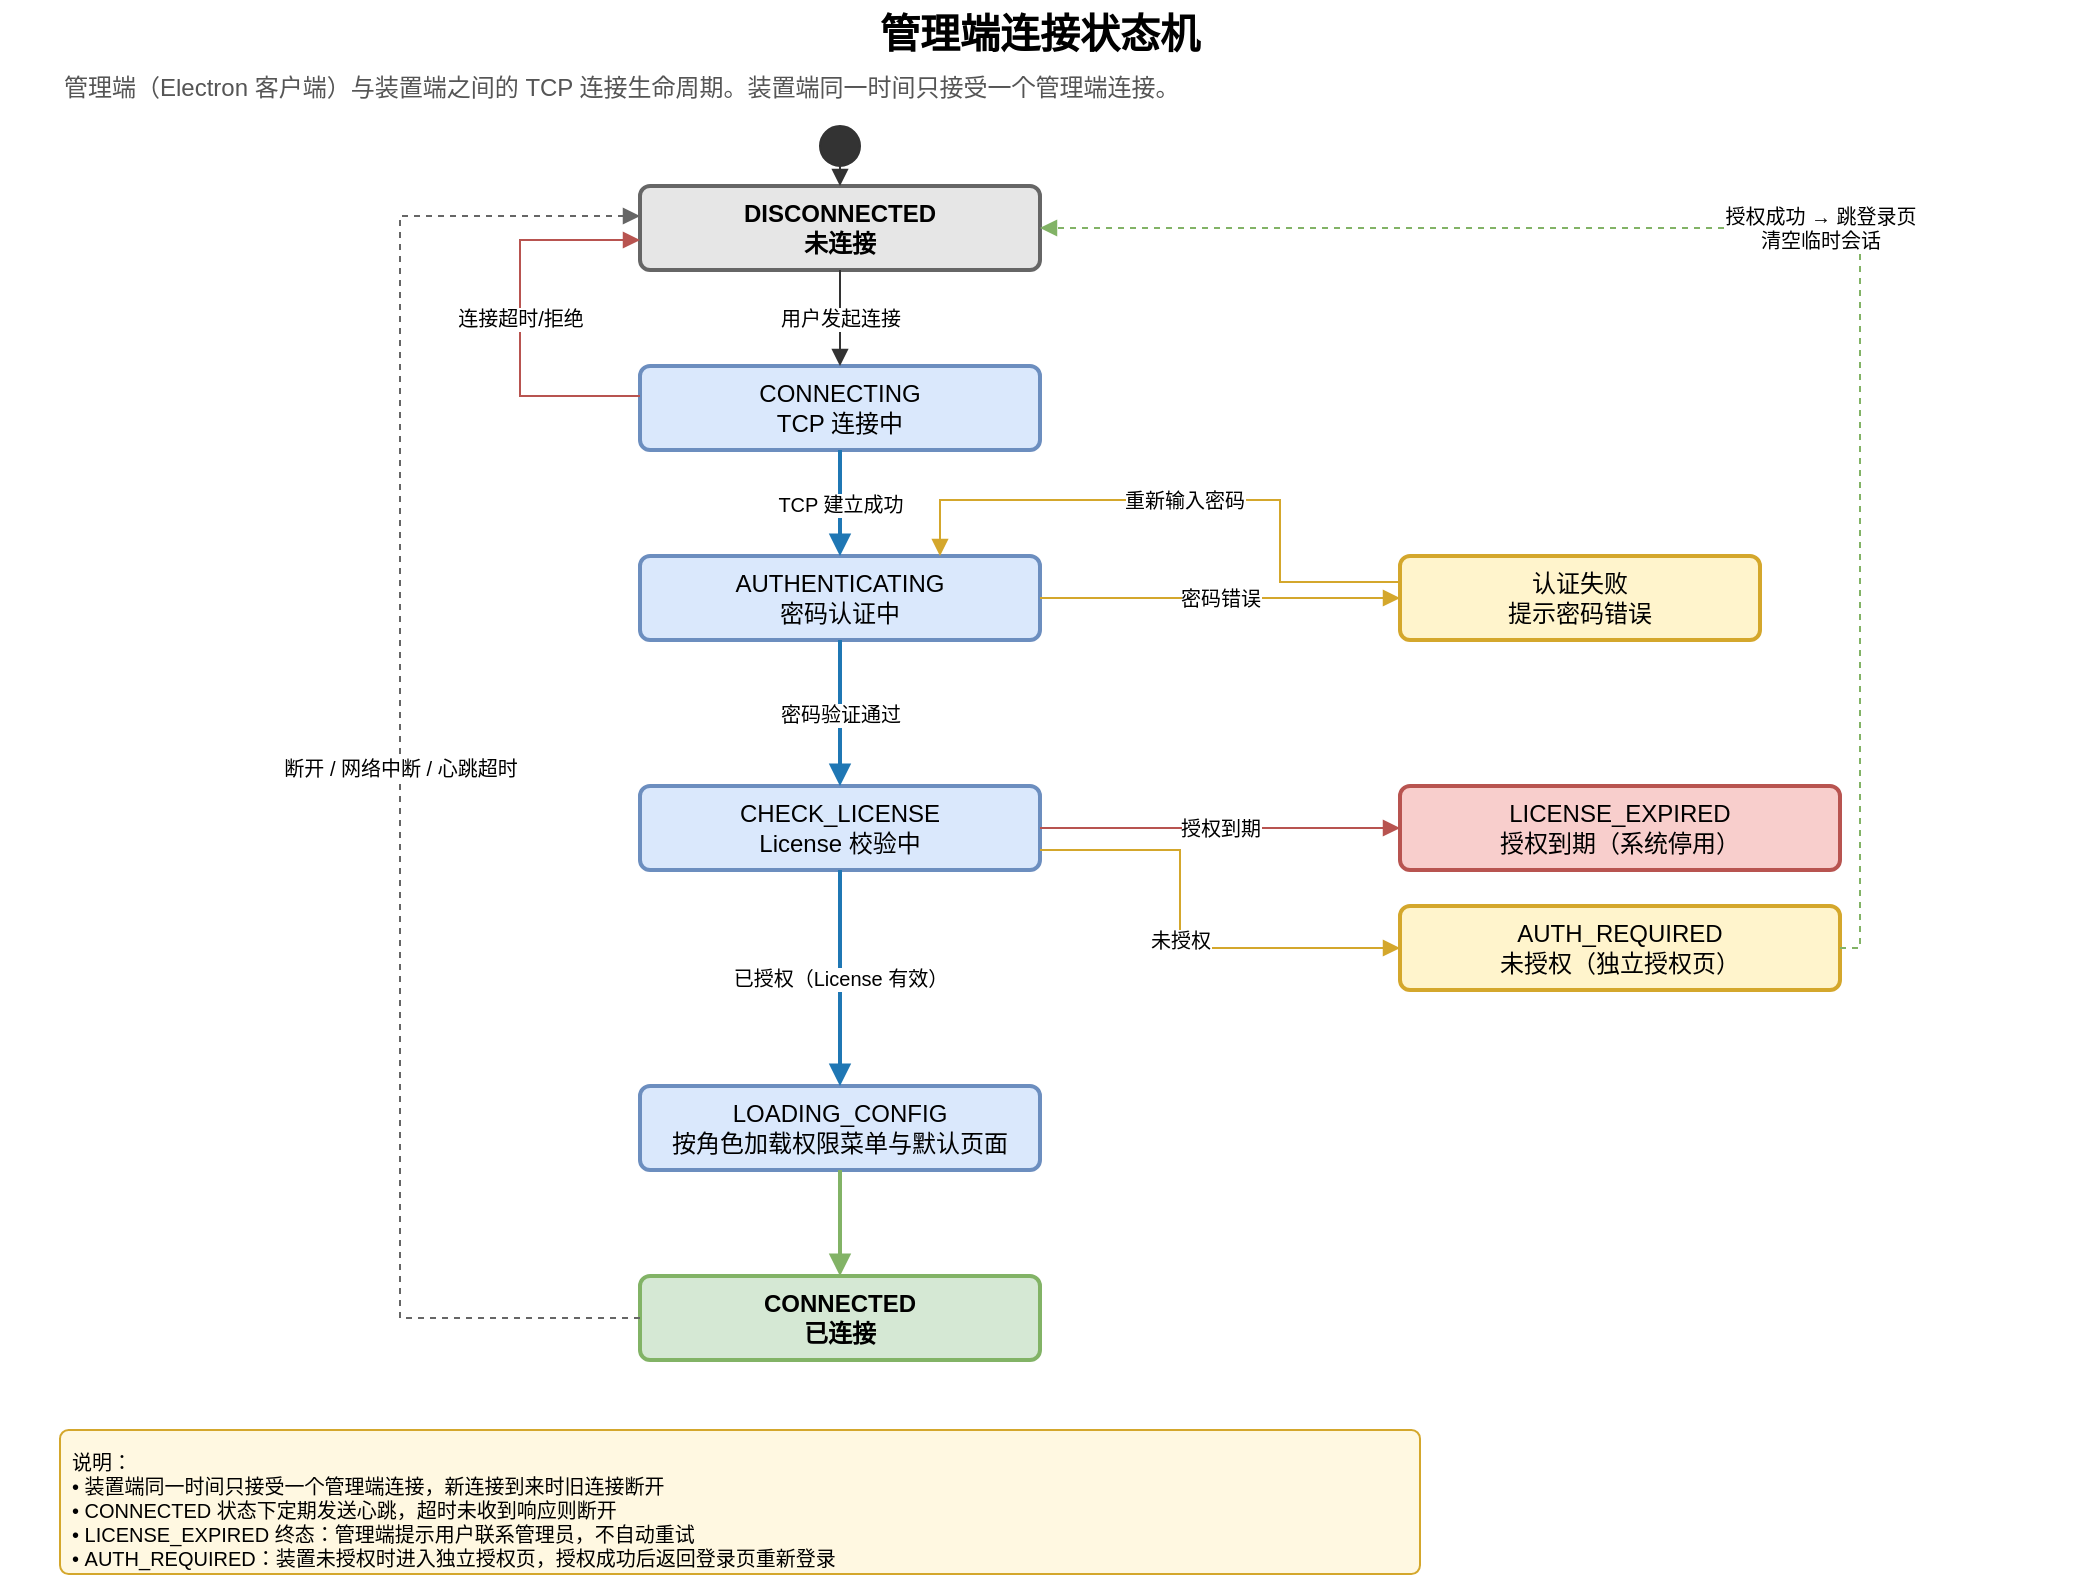
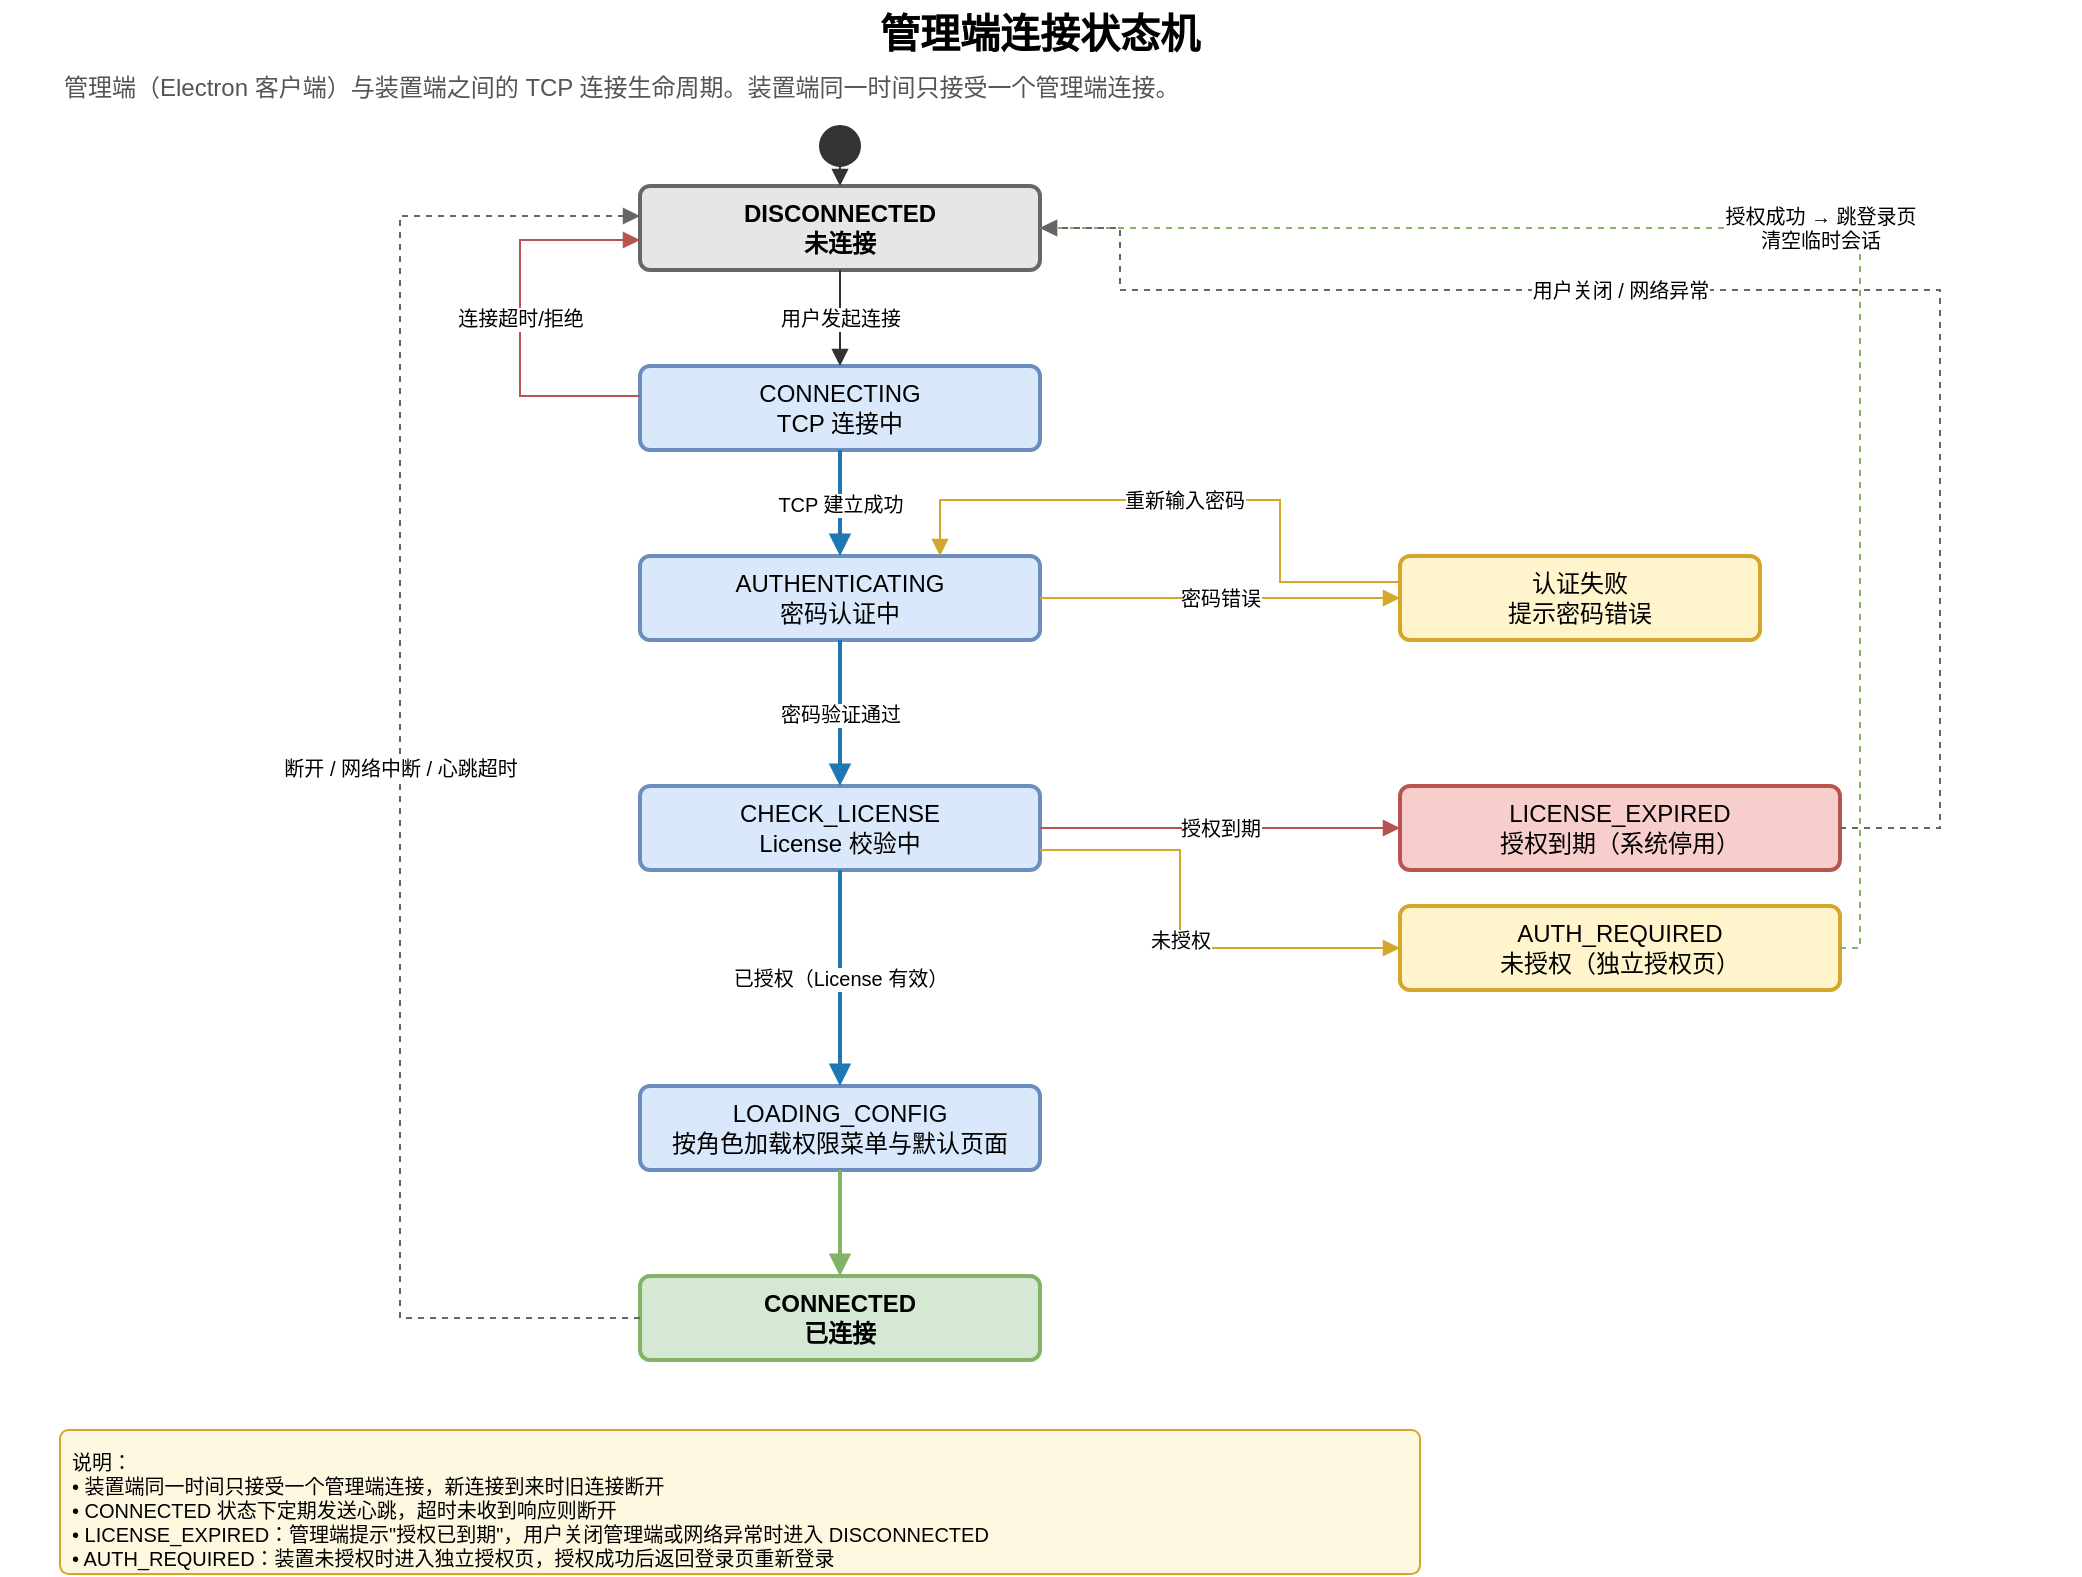
<mxfile host="Electron" pages="4">
  <diagram name="管理端连接状态机" id="d06-conn-state">
-     <mxGraphModel dx="1404" dy="777" grid="1" gridSize="10" guides="1" tooltips="1" connect="1" arrows="1" fold="1" page="1" pageScale="1" pageWidth="1100" pageHeight="820" math="0" shadow="0">
+     <mxGraphModel dx="1560" dy="831" grid="1" gridSize="10" guides="1" tooltips="1" connect="1" arrows="1" fold="1" page="1" pageScale="1" pageWidth="1100" pageHeight="820" math="0" shadow="0">
      <root>
        <mxCell id="0" />
        <mxCell id="1" parent="0" />
        <mxCell id="title" parent="1" style="text;html=1;strokeColor=none;fillColor=none;align=center;verticalAlign=middle;whiteSpace=wrap;fontSize=20;fontStyle=1;" value="管理端连接状态机" vertex="1">
          <mxGeometry height="32" width="1040" x="30" y="15" as="geometry" />
        </mxCell>
        <mxCell id="sub" parent="1" style="text;html=1;strokeColor=none;fillColor=none;align=left;verticalAlign=middle;whiteSpace=wrap;fontSize=12;fontColor=#555555;" value="管理端（Electron 客户端）与装置端之间的 TCP 连接生命周期。装置端同一时间只接受一个管理端连接。" vertex="1">
          <mxGeometry height="22" width="980" x="60" y="48" as="geometry" />
        </mxCell>
        <mxCell id="start" parent="1" style="ellipse;whiteSpace=wrap;html=1;fillColor=#333333;strokeColor=#333333;" value="" vertex="1">
          <mxGeometry height="20" width="20" x="440" y="78" as="geometry" />
        </mxCell>
        <mxCell id="s-disc" parent="1" style="rounded=1;whiteSpace=wrap;html=1;fillColor=#E6E6E6;strokeColor=#666666;fontSize=12;arcSize=12;strokeWidth=2;fontStyle=1;" value="DISCONNECTED&#xa;未连接" vertex="1">
          <mxGeometry height="42" width="200" x="350" y="108" as="geometry" />
        </mxCell>
        <mxCell id="s-conn" parent="1" style="rounded=1;whiteSpace=wrap;html=1;fillColor=#DAE8FC;strokeColor=#6C8EBF;fontSize=12;arcSize=12;strokeWidth=2;" value="CONNECTING&#xa;TCP 连接中" vertex="1">
          <mxGeometry height="42" width="200" x="350" y="198" as="geometry" />
        </mxCell>
        <mxCell id="s-auth" parent="1" style="rounded=1;whiteSpace=wrap;html=1;fillColor=#DAE8FC;strokeColor=#6C8EBF;fontSize=12;arcSize=12;strokeWidth=2;" value="AUTHENTICATING&#xa;密码认证中" vertex="1">
          <mxGeometry height="42" width="200" x="350" y="293" as="geometry" />
        </mxCell>
        <mxCell id="s-lic" parent="1" style="rounded=1;whiteSpace=wrap;html=1;fillColor=#DAE8FC;strokeColor=#6C8EBF;fontSize=12;arcSize=12;strokeWidth=2;" value="CHECK_LICENSE&#xa;License 校验中" vertex="1">
          <mxGeometry height="42" width="200" x="350" y="408" as="geometry" />
        </mxCell>
        <mxCell id="s-load" parent="1" style="rounded=1;whiteSpace=wrap;html=1;fillColor=#DAE8FC;strokeColor=#6C8EBF;fontSize=12;arcSize=12;strokeWidth=2;" value="LOADING_CONFIG&#xa;按角色加载权限菜单与默认页面" vertex="1">
          <mxGeometry height="42" width="200" x="350" y="558" as="geometry" />
        </mxCell>
        <mxCell id="s-ok" parent="1" style="rounded=1;whiteSpace=wrap;html=1;fillColor=#D5E8D4;strokeColor=#82B366;fontSize=12;arcSize=12;strokeWidth=2;fontStyle=1;" value="CONNECTED&#xa;已连接" vertex="1">
          <mxGeometry height="42" width="200" x="350" y="653" as="geometry" />
        </mxCell>
        <mxCell id="s-afail" parent="1" style="rounded=1;whiteSpace=wrap;html=1;fillColor=#FFF4CC;strokeColor=#D4A72C;fontSize=12;arcSize=12;strokeWidth=2;" value="AUTH_REQUIRED&#xa;未授权（独立授权页）" vertex="1">
          <mxGeometry height="42" width="220" x="730" y="468" as="geometry" />
        </mxCell>
        <mxCell id="s-lfail" parent="1" style="rounded=1;whiteSpace=wrap;html=1;fillColor=#F8CECC;strokeColor=#B85450;fontSize=12;arcSize=12;strokeWidth=2;" value="LICENSE_EXPIRED&#xa;授权到期（系统停用）" vertex="1">
          <mxGeometry height="42" width="220" x="730" y="408" as="geometry" />
        </mxCell>
        <mxCell id="s-authfail" parent="1" style="rounded=1;whiteSpace=wrap;html=1;fillColor=#FFF4CC;strokeColor=#D4A72C;fontSize=12;arcSize=12;strokeWidth=2;" value="认证失败&#xa;提示密码错误" vertex="1">
          <mxGeometry height="42" width="180" x="730" y="293" as="geometry" />
        </mxCell>
        <mxCell id="e-s" edge="1" parent="1" style="endArrow=block;endFill=1;strokeColor=#333333;" value="">
          <mxGeometry relative="1" as="geometry">
            <mxPoint x="450" y="98" as="sourcePoint" />
            <mxPoint x="450" y="108" as="targetPoint" />
          </mxGeometry>
        </mxCell>
        <mxCell id="e1" edge="1" parent="1" style="edgeStyle=orthogonalEdgeStyle;rounded=0;orthogonalLoop=1;html=1;endArrow=block;endFill=1;strokeColor=#333333;fontSize=10;" value="用户发起连接">
          <mxGeometry relative="1" as="geometry">
            <mxPoint x="450" y="150" as="sourcePoint" />
            <mxPoint x="450" y="198" as="targetPoint" />
          </mxGeometry>
        </mxCell>
        <mxCell id="e2" edge="1" parent="1" style="edgeStyle=orthogonalEdgeStyle;rounded=0;orthogonalLoop=1;html=1;endArrow=block;endFill=1;strokeWidth=2;strokeColor=#1F77B4;fontSize=10;" value="TCP 建立成功">
          <mxGeometry relative="1" as="geometry">
            <mxPoint x="450" y="240" as="sourcePoint" />
            <mxPoint x="450" y="293" as="targetPoint" />
          </mxGeometry>
        </mxCell>
        <mxCell id="e3" edge="1" parent="1" style="edgeStyle=orthogonalEdgeStyle;rounded=0;orthogonalLoop=1;html=1;endArrow=block;endFill=1;strokeWidth=2;strokeColor=#1F77B4;fontSize=10;" value="密码验证通过">
          <mxGeometry relative="1" as="geometry">
            <mxPoint x="450" y="335" as="sourcePoint" />
            <mxPoint x="450" y="408" as="targetPoint" />
          </mxGeometry>
        </mxCell>
        <mxCell id="e4" edge="1" parent="1" style="edgeStyle=orthogonalEdgeStyle;rounded=0;orthogonalLoop=1;html=1;endArrow=block;endFill=1;strokeWidth=2;strokeColor=#1F77B4;fontSize=10;" value="已授权（License 有效）">
          <mxGeometry relative="1" as="geometry">
            <mxPoint x="450" y="450" as="sourcePoint" />
            <mxPoint x="450" y="558" as="targetPoint" />
          </mxGeometry>
        </mxCell>
        <mxCell id="e5" edge="1" parent="1" style="edgeStyle=orthogonalEdgeStyle;rounded=0;orthogonalLoop=1;html=1;endArrow=block;endFill=1;strokeWidth=2;strokeColor=#82B366;fontSize=10;" value="">
          <mxGeometry relative="1" as="geometry">
            <mxPoint x="450" y="600" as="sourcePoint" />
            <mxPoint x="450" y="653" as="targetPoint" />
          </mxGeometry>
        </mxCell>
        <mxCell id="e-auth-fail" edge="1" parent="1" style="edgeStyle=orthogonalEdgeStyle;rounded=0;orthogonalLoop=1;html=1;endArrow=block;endFill=1;strokeColor=#D4A72C;fontSize=10;" value="密码错误">
          <mxGeometry relative="1" as="geometry">
            <mxPoint x="550" y="314" as="sourcePoint" />
            <mxPoint x="730" y="314" as="targetPoint" />
          </mxGeometry>
        </mxCell>
        <mxCell id="e-auth-retry" edge="1" parent="1" style="edgeStyle=orthogonalEdgeStyle;rounded=0;orthogonalLoop=1;html=1;endArrow=block;endFill=1;strokeColor=#D4A72C;fontSize=10;" value="重新输入密码">
          <mxGeometry relative="1" as="geometry">
            <Array as="points">
              <mxPoint x="670" y="306" />
              <mxPoint x="670" y="265" />
              <mxPoint x="500" y="265" />
            </Array>
            <mxPoint x="730" y="306" as="sourcePoint" />
            <mxPoint x="500" y="293" as="targetPoint" />
          </mxGeometry>
        </mxCell>
        <mxCell id="e-lic-expired" edge="1" parent="1" style="edgeStyle=orthogonalEdgeStyle;rounded=0;orthogonalLoop=1;html=1;endArrow=block;endFill=1;strokeColor=#B85450;fontSize=10;" value="授权到期">
          <mxGeometry relative="1" as="geometry">
            <mxPoint x="550" y="429" as="sourcePoint" />
            <mxPoint x="730" y="429" as="targetPoint" />
          </mxGeometry>
        </mxCell>
        <mxCell id="e-lic-noauth" edge="1" parent="1" style="edgeStyle=orthogonalEdgeStyle;rounded=0;orthogonalLoop=1;html=1;endArrow=block;endFill=1;strokeColor=#D4A72C;fontSize=10;" value="未授权">
          <mxGeometry relative="1" as="geometry">
            <Array as="points">
              <mxPoint x="620" y="440" />
              <mxPoint x="620" y="489" />
            </Array>
            <mxPoint x="550" y="440" as="sourcePoint" />
            <mxPoint x="730" y="489" as="targetPoint" />
          </mxGeometry>
        </mxCell>
        <mxCell id="e-authreq-disc" edge="1" parent="1" style="edgeStyle=orthogonalEdgeStyle;rounded=0;orthogonalLoop=1;html=1;endArrow=block;endFill=1;strokeColor=#82B366;fontSize=10;dashed=1;" value="授权成功 → 跳登录页&#xa;清空临时会话">
          <mxGeometry relative="1" as="geometry">
            <Array as="points">
              <mxPoint x="960" y="489" />
              <mxPoint x="960" y="129" />
            </Array>
            <mxPoint x="950" y="489" as="sourcePoint" />
            <mxPoint x="550" y="129" as="targetPoint" />
          </mxGeometry>
        </mxCell>
        <mxCell id="e-conn-fail" edge="1" parent="1" style="edgeStyle=orthogonalEdgeStyle;rounded=0;orthogonalLoop=1;html=1;endArrow=block;endFill=1;strokeColor=#B85450;fontSize=10;" value="连接超时/拒绝">
          <mxGeometry relative="1" as="geometry">
            <Array as="points">
              <mxPoint x="290" y="213" />
              <mxPoint x="290" y="135" />
            </Array>
            <mxPoint x="350" y="213" as="sourcePoint" />
            <mxPoint x="350" y="135" as="targetPoint" />
          </mxGeometry>
        </mxCell>
        <mxCell id="e-ok-disc" edge="1" parent="1" style="edgeStyle=orthogonalEdgeStyle;rounded=0;orthogonalLoop=1;html=1;endArrow=block;endFill=1;strokeColor=#666666;fontSize=10;dashed=1;" value="断开 / 网络中断 / 心跳超时">
          <mxGeometry relative="1" as="geometry">
            <Array as="points">
              <mxPoint x="230" y="674" />
              <mxPoint x="230" y="123" />
            </Array>
            <mxPoint x="350" y="674" as="sourcePoint" />
            <mxPoint x="350" y="123" as="targetPoint" />
          </mxGeometry>
        </mxCell>
-         <mxCell id="note" parent="1" style="rounded=1;whiteSpace=wrap;html=1;fillColor=#FFF8E1;strokeColor=#D4A72C;fontSize=10;arcSize=6;align=left;verticalAlign=top;spacing=6;" value="说明：&#xa;• 装置端同一时间只接受一个管理端连接，新连接到来时旧连接断开&#xa;• CONNECTED 状态下定期发送心跳，超时未收到响应则断开&#xa;• LICENSE_EXPIRED 终态：管理端提示用户联系管理员，不自动重试&#xa;• AUTH_REQUIRED：装置未授权时进入独立授权页，授权成功后返回登录页重新登录" vertex="1">
+         <mxCell id="e-lic-expired-disc" edge="1" parent="1" style="edgeStyle=orthogonalEdgeStyle;rounded=0;orthogonalLoop=1;html=1;endArrow=block;endFill=1;strokeColor=#666666;fontSize=10;dashed=1;" value="用户关闭 / 网络异常">
+           <mxGeometry relative="1" x="0.1975" as="geometry">
+             <mxPoint as="offset" />
+             <Array as="points">
+               <mxPoint x="1000" y="429" />
+               <mxPoint x="1000" y="160" />
+               <mxPoint x="590" y="160" />
+               <mxPoint x="590" y="129" />
+             </Array>
+             <mxPoint x="950" y="429" as="sourcePoint" />
+             <mxPoint x="550" y="129" as="targetPoint" />
+           </mxGeometry>
+         </mxCell>
+         <mxCell id="note" parent="1" style="rounded=1;whiteSpace=wrap;html=1;fillColor=#FFF8E1;strokeColor=#D4A72C;fontSize=10;arcSize=6;align=left;verticalAlign=top;spacing=6;" value="说明：&#xa;• 装置端同一时间只接受一个管理端连接，新连接到来时旧连接断开&#xa;• CONNECTED 状态下定期发送心跳，超时未收到响应则断开&#xa;• LICENSE_EXPIRED：管理端提示&quot;授权已到期&quot;，用户关闭管理端或网络异常时进入 DISCONNECTED&#xa;• AUTH_REQUIRED：装置未授权时进入独立授权页，授权成功后返回登录页重新登录" vertex="1">
          <mxGeometry height="72" width="680" x="60" y="730" as="geometry" />
        </mxCell>
      </root>
    </mxGraphModel>
  </diagram>
  <diagram name="病毒扫描任务状态机" id="d06-scan-state">
    <mxGraphModel dx="1000" dy="600" grid="1" gridSize="10" guides="1" tooltips="1" connect="1" arrows="1" fold="1" page="1" pageScale="1" pageWidth="900" pageHeight="580" math="0" shadow="0">
      <root>
        <mxCell id="0" />
        <mxCell id="1" parent="0" />
        <mxCell id="sc-title" value="病毒扫描任务状态机" style="text;html=1;strokeColor=none;fillColor=none;align=center;verticalAlign=middle;whiteSpace=wrap;fontSize=20;fontStyle=1;" vertex="1" parent="1">
          <mxGeometry x="30" y="15" width="840" height="32" as="geometry" />
        </mxCell>
        <mxCell id="sc-sub" value="每次 U 盘挂载后由 S03 创建一个扫描任务。FIFO 调度，同一时间只运行一个扫描任务（clamd 单并发）。" style="text;html=1;strokeColor=none;fillColor=none;align=left;verticalAlign=middle;whiteSpace=wrap;fontSize=12;fontColor=#555555;" vertex="1" parent="1">
          <mxGeometry x="60" y="48" width="780" height="22" as="geometry" />
        </mxCell>
        <mxCell id="sc-start" value="" style="ellipse;whiteSpace=wrap;html=1;fillColor=#333333;strokeColor=#333333;" vertex="1" parent="1">
          <mxGeometry x="385" y="80" width="20" height="20" as="geometry" />
        </mxCell>
        <mxCell id="sc-pending" value="PENDING&#xa;等待扫描（FIFO 排队）" style="rounded=1;whiteSpace=wrap;html=1;fillColor=#DAE8FC;strokeColor=#6C8EBF;fontSize=12;arcSize=12;strokeWidth=2;" vertex="1" parent="1">
          <mxGeometry x="290" y="115" width="210" height="42" as="geometry" />
        </mxCell>
        <mxCell id="sc-running" value="RUNNING&#xa;扫描中（clamd 全盘扫描）" style="rounded=1;whiteSpace=wrap;html=1;fillColor=#DAE8FC;strokeColor=#6C8EBF;fontSize=12;arcSize=12;strokeWidth=2;fontStyle=1;" vertex="1" parent="1">
          <mxGeometry x="290" y="215" width="210" height="42" as="geometry" />
        </mxCell>
        <mxCell id="sc-clean" value="CLEAN&#xa;干净" style="rounded=1;whiteSpace=wrap;html=1;fillColor=#D5E8D4;strokeColor=#82B366;fontSize=12;arcSize=12;strokeWidth=2;fontStyle=1;" vertex="1" parent="1">
          <mxGeometry x="60" y="340" width="150" height="42" as="geometry" />
        </mxCell>
        <mxCell id="sc-infected" value="INFECTED&#xa;检出病毒" style="rounded=1;whiteSpace=wrap;html=1;fillColor=#FFF4CC;strokeColor=#D4A72C;fontSize=12;arcSize=12;strokeWidth=2;fontStyle=1;" vertex="1" parent="1">
          <mxGeometry x="260" y="340" width="150" height="42" as="geometry" />
        </mxCell>
        <mxCell id="sc-cancelled" value="CANCELLED&#xa;已取消" style="rounded=1;whiteSpace=wrap;html=1;fillColor=#E6E6E6;strokeColor=#666666;fontSize=12;arcSize=12;strokeWidth=2;" vertex="1" parent="1">
          <mxGeometry x="470" y="340" width="150" height="42" as="geometry" />
        </mxCell>
        <mxCell id="sc-failed" value="FAILED&#xa;扫描失败" style="rounded=1;whiteSpace=wrap;html=1;fillColor=#F8CECC;strokeColor=#B85450;fontSize=12;arcSize=12;strokeWidth=2;" vertex="1" parent="1">
          <mxGeometry x="680" y="340" width="150" height="42" as="geometry" />
        </mxCell>
        <mxCell id="e-sc-s" value="" style="endArrow=block;endFill=1;strokeColor=#333333;" edge="1" parent="1">
          <mxGeometry relative="1" as="geometry">
            <mxPoint x="395" y="100" as="sourcePoint" />
            <mxPoint x="395" y="115" as="targetPoint" />
          </mxGeometry>
        </mxCell>
        <mxCell id="e-sc-pr" value="获取扫描槽" style="edgeStyle=orthogonalEdgeStyle;rounded=0;orthogonalLoop=1;html=1;endArrow=block;endFill=1;strokeWidth=2;strokeColor=#1F77B4;fontSize=10;" edge="1" parent="1">
          <mxGeometry relative="1" as="geometry">
            <mxPoint x="395" y="157" as="sourcePoint" />
            <mxPoint x="395" y="215" as="targetPoint" />
          </mxGeometry>
        </mxCell>
        <mxCell id="e-sc-rc" value="未发现病毒" style="edgeStyle=orthogonalEdgeStyle;rounded=0;orthogonalLoop=1;html=1;endArrow=block;endFill=1;strokeColor=#82B366;fontSize=10;" edge="1" parent="1">
          <mxGeometry relative="1" as="geometry">
            <mxPoint x="340" y="257" as="sourcePoint" />
            <Array as="points">
              <mxPoint x="340" y="295" />
              <mxPoint x="135" y="295" />
            </Array>
            <mxPoint x="135" y="340" as="targetPoint" />
          </mxGeometry>
        </mxCell>
        <mxCell id="e-sc-ri" value="发现病毒文件" style="edgeStyle=orthogonalEdgeStyle;rounded=0;orthogonalLoop=1;html=1;endArrow=block;endFill=1;strokeColor=#D4A72C;fontSize=10;" edge="1" parent="1">
          <mxGeometry relative="1" as="geometry">
            <mxPoint x="395" y="257" as="sourcePoint" />
            <Array as="points">
              <mxPoint x="395" y="305" />
              <mxPoint x="335" y="305" />
            </Array>
            <mxPoint x="335" y="340" as="targetPoint" />
          </mxGeometry>
        </mxCell>
        <mxCell id="e-sc-rx" value="USB 拔出 / 取消" style="edgeStyle=orthogonalEdgeStyle;rounded=0;orthogonalLoop=1;html=1;endArrow=block;endFill=1;strokeColor=#666666;fontSize=10;" edge="1" parent="1">
          <mxGeometry relative="1" as="geometry">
            <mxPoint x="450" y="257" as="sourcePoint" />
            <Array as="points">
              <mxPoint x="450" y="305" />
              <mxPoint x="545" y="305" />
            </Array>
            <mxPoint x="545" y="340" as="targetPoint" />
          </mxGeometry>
        </mxCell>
        <mxCell id="e-sc-rf" value="clamd 错误 / 超时" style="edgeStyle=orthogonalEdgeStyle;rounded=0;orthogonalLoop=1;html=1;endArrow=block;endFill=1;strokeColor=#B85450;fontSize=10;" edge="1" parent="1">
          <mxGeometry relative="1" as="geometry">
            <mxPoint x="500" y="240" as="sourcePoint" />
            <Array as="points">
              <mxPoint x="600" y="240" />
              <mxPoint x="600" y="295" />
              <mxPoint x="755" y="295" />
            </Array>
            <mxPoint x="755" y="340" as="targetPoint" />
          </mxGeometry>
        </mxCell>
+         <mxCell id="e-sc-fx" value="USB 拔出" style="edgeStyle=orthogonalEdgeStyle;rounded=0;orthogonalLoop=1;html=1;endArrow=block;endFill=1;strokeColor=#666666;fontSize=10;dashed=1;" edge="1" parent="1">
+           <mxGeometry relative="1" as="geometry">
+             <Array as="points">
+               <mxPoint x="755" y="400" />
+               <mxPoint x="545" y="400" />
+             </Array>
+             <mxPoint x="755" y="382" as="sourcePoint" />
+             <mxPoint x="545" y="382" as="targetPoint" />
+           </mxGeometry>
+         </mxCell>
        <mxCell id="sc-note-inf" value="INFECTED：&#xa;病毒文件名加 [病毒禁止访问] 前缀，&#xa;FAT size=0，进入文件访问 5 级策略第 1 级" style="text;html=1;strokeColor=none;fillColor=none;align=left;verticalAlign=middle;whiteSpace=wrap;fontSize=10;fontColor=#888888;fontStyle=2;" vertex="1" parent="1">
          <mxGeometry x="240" y="395" width="280" height="42" as="geometry" />
        </mxCell>
        <mxCell id="sc-note" value="说明：&#xa;• 扫描通过 Unix socket 连接 clamd 守护进程，不是 clamscan 子进程&#xa;• 终态（CLEAN/INFECTED/CANCELLED/FAILED）触发后续 U 盘状态机转换（见设备状态机图 Tab 1）" style="rounded=1;whiteSpace=wrap;html=1;fillColor=#FFF8E1;strokeColor=#D4A72C;fontSize=10;arcSize=6;align=left;verticalAlign=top;spacing=6;" vertex="1" parent="1">
          <mxGeometry x="60" y="460" width="760" height="55" as="geometry" />
        </mxCell>
      </root>
    </mxGraphModel>
  </diagram>
  <diagram name="系统程序升级状态机" id="d06-upgrade-state">
    <mxGraphModel dx="1000" dy="550" grid="1" gridSize="10" guides="1" tooltips="1" connect="1" arrows="1" fold="1" page="1" pageScale="1" pageWidth="850" pageHeight="530" math="0" shadow="0">
      <root>
        <mxCell id="0" />
        <mxCell id="1" parent="0" />
        <mxCell id="up-title" value="系统程序升级状态机" style="text;html=1;strokeColor=none;fillColor=none;align=center;verticalAlign=middle;whiteSpace=wrap;fontSize=20;fontStyle=1;" vertex="1" parent="1">
          <mxGeometry x="30" y="15" width="790" height="32" as="geometry" />
        </mxCell>
        <mxCell id="up-sub" value="管理端推送升级包后触发。SHA256 校验 + 版本号必须高于当前版本。升级失败自动回滚。" style="text;html=1;strokeColor=none;fillColor=none;align=left;verticalAlign=middle;whiteSpace=wrap;fontSize=12;fontColor=#555555;" vertex="1" parent="1">
          <mxGeometry x="60" y="48" width="730" height="22" as="geometry" />
        </mxCell>
        <mxCell id="up-start" value="" style="ellipse;whiteSpace=wrap;html=1;fillColor=#333333;strokeColor=#333333;" vertex="1" parent="1">
          <mxGeometry x="365" y="78" width="20" height="20" as="geometry" />
        </mxCell>
        <mxCell id="up-idle" value="IDLE&#xa;空闲" style="rounded=1;whiteSpace=wrap;html=1;fillColor=#E6E6E6;strokeColor=#666666;fontSize=12;arcSize=12;strokeWidth=2;fontStyle=1;" vertex="1" parent="1">
          <mxGeometry x="295" y="108" width="160" height="42" as="geometry" />
        </mxCell>
        <mxCell id="up-val" value="VALIDATING&#xa;SHA256 + 版本校验" style="rounded=1;whiteSpace=wrap;html=1;fillColor=#DAE8FC;strokeColor=#6C8EBF;fontSize=12;arcSize=12;strokeWidth=2;" vertex="1" parent="1">
          <mxGeometry x="280" y="200" width="190" height="42" as="geometry" />
        </mxCell>
        <mxCell id="up-upg" value="UPGRADING&#xa;程序替换中" style="rounded=1;whiteSpace=wrap;html=1;fillColor=#DAE8FC;strokeColor=#6C8EBF;fontSize=12;arcSize=12;strokeWidth=2;" vertex="1" parent="1">
          <mxGeometry x="280" y="298" width="190" height="42" as="geometry" />
        </mxCell>
        <mxCell id="up-restart" value="RESTARTING&#xa;重启中" style="rounded=1;whiteSpace=wrap;html=1;fillColor=#D5E8D4;strokeColor=#82B366;fontSize=12;arcSize=12;strokeWidth=2;fontStyle=1;" vertex="1" parent="1">
          <mxGeometry x="160" y="400" width="160" height="42" as="geometry" />
        </mxCell>
        <mxCell id="up-roll" value="ROLLBACK&#xa;回滚中" style="rounded=1;whiteSpace=wrap;html=1;fillColor=#F8CECC;strokeColor=#B85450;fontSize=12;arcSize=12;strokeWidth=2;" vertex="1" parent="1">
          <mxGeometry x="440" y="400" width="160" height="42" as="geometry" />
        </mxCell>
        <mxCell id="e-up-s" value="" style="endArrow=block;endFill=1;strokeColor=#333333;" edge="1" parent="1">
          <mxGeometry relative="1" as="geometry">
            <mxPoint x="375" y="98" as="sourcePoint" />
            <mxPoint x="375" y="108" as="targetPoint" />
          </mxGeometry>
        </mxCell>
        <mxCell id="e-up-iv" value="收到升级包" style="edgeStyle=orthogonalEdgeStyle;rounded=0;orthogonalLoop=1;html=1;endArrow=block;endFill=1;strokeColor=#333333;fontSize=10;" edge="1" parent="1">
          <mxGeometry relative="1" as="geometry">
            <mxPoint x="375" y="150" as="sourcePoint" />
            <mxPoint x="375" y="200" as="targetPoint" />
          </mxGeometry>
        </mxCell>
        <mxCell id="e-up-vu" value="校验通过" style="edgeStyle=orthogonalEdgeStyle;rounded=0;orthogonalLoop=1;html=1;endArrow=block;endFill=1;strokeWidth=2;strokeColor=#1F77B4;fontSize=10;" edge="1" parent="1">
          <mxGeometry relative="1" as="geometry">
            <mxPoint x="375" y="242" as="sourcePoint" />
            <mxPoint x="375" y="298" as="targetPoint" />
          </mxGeometry>
        </mxCell>
        <mxCell id="e-up-vi" value="校验失败" style="edgeStyle=orthogonalEdgeStyle;rounded=0;orthogonalLoop=1;html=1;endArrow=block;endFill=1;strokeColor=#B85450;fontSize=10;" edge="1" parent="1">
          <mxGeometry relative="1" as="geometry">
            <mxPoint x="280" y="215" as="sourcePoint" />
            <Array as="points">
              <mxPoint x="230" y="215" />
              <mxPoint x="230" y="135" />
            </Array>
            <mxPoint x="295" y="135" as="targetPoint" />
          </mxGeometry>
        </mxCell>
        <mxCell id="e-up-ur" value="替换完成" style="edgeStyle=orthogonalEdgeStyle;rounded=0;orthogonalLoop=1;html=1;endArrow=block;endFill=1;strokeColor=#82B366;fontSize=10;" edge="1" parent="1">
          <mxGeometry relative="1" as="geometry">
            <mxPoint x="340" y="340" as="sourcePoint" />
            <Array as="points">
              <mxPoint x="340" y="370" />
              <mxPoint x="240" y="370" />
            </Array>
            <mxPoint x="240" y="400" as="targetPoint" />
          </mxGeometry>
        </mxCell>
        <mxCell id="e-up-ub" value="升级异常" style="edgeStyle=orthogonalEdgeStyle;rounded=0;orthogonalLoop=1;html=1;endArrow=block;endFill=1;strokeColor=#B85450;fontSize=10;" edge="1" parent="1">
          <mxGeometry relative="1" as="geometry">
            <mxPoint x="410" y="340" as="sourcePoint" />
            <Array as="points">
              <mxPoint x="410" y="370" />
              <mxPoint x="520" y="370" />
            </Array>
            <mxPoint x="520" y="400" as="targetPoint" />
          </mxGeometry>
        </mxCell>
        <mxCell id="e-up-ri" value="新程序启动成功" style="edgeStyle=orthogonalEdgeStyle;rounded=0;orthogonalLoop=1;html=1;endArrow=block;endFill=1;strokeColor=#82B366;fontSize=10;" edge="1" parent="1">
          <mxGeometry relative="1" as="geometry">
            <mxPoint x="160" y="421" as="sourcePoint" />
            <Array as="points">
              <mxPoint x="100" y="421" />
              <mxPoint x="100" y="123" />
            </Array>
            <mxPoint x="295" y="123" as="targetPoint" />
          </mxGeometry>
        </mxCell>
        <mxCell id="e-up-bi" value="回滚完成" style="edgeStyle=orthogonalEdgeStyle;rounded=0;orthogonalLoop=1;html=1;endArrow=block;endFill=1;strokeColor=#B85450;fontSize=10;" edge="1" parent="1">
          <mxGeometry relative="1" as="geometry">
            <mxPoint x="600" y="421" as="sourcePoint" />
            <Array as="points">
              <mxPoint x="680" y="421" />
              <mxPoint x="680" y="129" />
            </Array>
            <mxPoint x="455" y="129" as="targetPoint" />
          </mxGeometry>
        </mxCell>
        <mxCell id="up-note" value="说明：版本号只允许升级（version &gt; current），不允许降级。回滚恢复原二进制，回滚完成后状态归 IDLE。" style="rounded=1;whiteSpace=wrap;html=1;fillColor=#FFF8E1;strokeColor=#D4A72C;fontSize=10;arcSize=6;align=left;verticalAlign=top;spacing=6;" vertex="1" parent="1">
          <mxGeometry x="60" y="470" width="700" height="35" as="geometry" />
        </mxCell>
      </root>
    </mxGraphModel>
  </diagram>
  <diagram name="病毒库升级状态机" id="d06-vdb-state">
    <mxGraphModel dx="1000" dy="550" grid="1" gridSize="10" guides="1" tooltips="1" connect="1" arrows="1" fold="1" page="1" pageScale="1" pageWidth="850" pageHeight="530" math="0" shadow="0">
      <root>
        <mxCell id="0" />
        <mxCell id="1" parent="0" />
        <mxCell id="vdb-title" value="病毒库升级状态机" style="text;html=1;strokeColor=none;fillColor=none;align=center;verticalAlign=middle;whiteSpace=wrap;fontSize=20;fontStyle=1;" vertex="1" parent="1">
          <mxGeometry x="30" y="15" width="790" height="32" as="geometry" />
        </mxCell>
        <mxCell id="vdb-sub" value="管理端推送 .zip 病毒库包后触发。升级过程不需要重启 clamd 进程，通过 RELOAD 命令热重载签名。" style="text;html=1;strokeColor=none;fillColor=none;align=left;verticalAlign=middle;whiteSpace=wrap;fontSize=12;fontColor=#555555;" vertex="1" parent="1">
          <mxGeometry x="60" y="48" width="730" height="22" as="geometry" />
        </mxCell>
        <mxCell id="vdb-start" value="" style="ellipse;whiteSpace=wrap;html=1;fillColor=#333333;strokeColor=#333333;" vertex="1" parent="1">
          <mxGeometry x="365" y="78" width="20" height="20" as="geometry" />
        </mxCell>
        <mxCell id="vdb-idle" value="IDLE&#xa;空闲" style="rounded=1;whiteSpace=wrap;html=1;fillColor=#E6E6E6;strokeColor=#666666;fontSize=12;arcSize=12;strokeWidth=2;fontStyle=1;" vertex="1" parent="1">
          <mxGeometry x="295" y="108" width="160" height="42" as="geometry" />
        </mxCell>
        <mxCell id="vdb-val" value="VDB_VALIDATING&#xa;病毒库包校验" style="rounded=1;whiteSpace=wrap;html=1;fillColor=#DAE8FC;strokeColor=#6C8EBF;fontSize=12;arcSize=12;strokeWidth=2;" vertex="1" parent="1">
          <mxGeometry x="275" y="200" width="200" height="42" as="geometry" />
        </mxCell>
        <mxCell id="vdb-rep" value="VDB_REPLACING&#xa;文件替换中" style="rounded=1;whiteSpace=wrap;html=1;fillColor=#DAE8FC;strokeColor=#6C8EBF;fontSize=12;arcSize=12;strokeWidth=2;" vertex="1" parent="1">
          <mxGeometry x="275" y="298" width="200" height="42" as="geometry" />
        </mxCell>
        <mxCell id="vdb-reload" value="VDB_RELOAD&#xa;clamd 重载签名" style="rounded=1;whiteSpace=wrap;html=1;fillColor=#D5E8D4;strokeColor=#82B366;fontSize=12;arcSize=12;strokeWidth=2;fontStyle=1;" vertex="1" parent="1">
          <mxGeometry x="155" y="400" width="170" height="42" as="geometry" />
        </mxCell>
        <mxCell id="vdb-roll" value="VDB_ROLLBACK&#xa;回滚中" style="rounded=1;whiteSpace=wrap;html=1;fillColor=#F8CECC;strokeColor=#B85450;fontSize=12;arcSize=12;strokeWidth=2;" vertex="1" parent="1">
          <mxGeometry x="440" y="400" width="160" height="42" as="geometry" />
        </mxCell>
        <mxCell id="e-vdb-s" value="" style="endArrow=block;endFill=1;strokeColor=#333333;" edge="1" parent="1">
          <mxGeometry relative="1" as="geometry">
            <mxPoint x="375" y="98" as="sourcePoint" />
            <mxPoint x="375" y="108" as="targetPoint" />
          </mxGeometry>
        </mxCell>
        <mxCell id="e-vdb-iv" value="收到 .zip 病毒库包" style="edgeStyle=orthogonalEdgeStyle;rounded=0;orthogonalLoop=1;html=1;endArrow=block;endFill=1;strokeColor=#333333;fontSize=10;" edge="1" parent="1">
          <mxGeometry relative="1" as="geometry">
            <mxPoint x="375" y="150" as="sourcePoint" />
            <mxPoint x="375" y="200" as="targetPoint" />
          </mxGeometry>
        </mxCell>
        <mxCell id="e-vdb-vr" value="校验通过" style="edgeStyle=orthogonalEdgeStyle;rounded=0;orthogonalLoop=1;html=1;endArrow=block;endFill=1;strokeWidth=2;strokeColor=#1F77B4;fontSize=10;" edge="1" parent="1">
          <mxGeometry relative="1" as="geometry">
            <mxPoint x="375" y="242" as="sourcePoint" />
            <mxPoint x="375" y="298" as="targetPoint" />
          </mxGeometry>
        </mxCell>
        <mxCell id="e-vdb-vi" value="校验失败" style="edgeStyle=orthogonalEdgeStyle;rounded=0;orthogonalLoop=1;html=1;endArrow=block;endFill=1;strokeColor=#B85450;fontSize=10;" edge="1" parent="1">
          <mxGeometry relative="1" as="geometry">
            <mxPoint x="275" y="215" as="sourcePoint" />
            <Array as="points">
              <mxPoint x="230" y="215" />
              <mxPoint x="230" y="135" />
            </Array>
            <mxPoint x="295" y="135" as="targetPoint" />
          </mxGeometry>
        </mxCell>
        <mxCell id="e-vdb-rr" value="替换完成" style="edgeStyle=orthogonalEdgeStyle;rounded=0;orthogonalLoop=1;html=1;endArrow=block;endFill=1;strokeColor=#82B366;fontSize=10;" edge="1" parent="1">
          <mxGeometry relative="1" as="geometry">
            <mxPoint x="335" y="340" as="sourcePoint" />
            <Array as="points">
              <mxPoint x="335" y="370" />
              <mxPoint x="240" y="370" />
            </Array>
            <mxPoint x="240" y="400" as="targetPoint" />
          </mxGeometry>
        </mxCell>
        <mxCell id="e-vdb-rb" value="替换失败" style="edgeStyle=orthogonalEdgeStyle;rounded=0;orthogonalLoop=1;html=1;endArrow=block;endFill=1;strokeColor=#B85450;fontSize=10;" edge="1" parent="1">
          <mxGeometry relative="1" as="geometry">
            <mxPoint x="415" y="340" as="sourcePoint" />
            <Array as="points">
              <mxPoint x="415" y="370" />
              <mxPoint x="520" y="370" />
            </Array>
            <mxPoint x="520" y="400" as="targetPoint" />
          </mxGeometry>
        </mxCell>
        <mxCell id="e-vdb-li" value="clamd RELOAD 成功" style="edgeStyle=orthogonalEdgeStyle;rounded=0;orthogonalLoop=1;html=1;endArrow=block;endFill=1;strokeColor=#82B366;fontSize=10;" edge="1" parent="1">
          <mxGeometry relative="1" as="geometry">
            <mxPoint x="155" y="421" as="sourcePoint" />
            <Array as="points">
              <mxPoint x="100" y="421" />
              <mxPoint x="100" y="123" />
            </Array>
            <mxPoint x="295" y="123" as="targetPoint" />
          </mxGeometry>
        </mxCell>
        <mxCell id="e-vdb-bi" value="回滚完成" style="edgeStyle=orthogonalEdgeStyle;rounded=0;orthogonalLoop=1;html=1;endArrow=block;endFill=1;strokeColor=#B85450;fontSize=10;" edge="1" parent="1">
          <mxGeometry relative="1" as="geometry">
            <mxPoint x="600" y="421" as="sourcePoint" />
            <Array as="points">
              <mxPoint x="680" y="421" />
              <mxPoint x="680" y="129" />
            </Array>
            <mxPoint x="455" y="129" as="targetPoint" />
          </mxGeometry>
        </mxCell>
        <mxCell id="vdb-note" value="说明：与系统升级不同，病毒库升级无需重启进程。clamd 收到 RELOAD 命令后热重载新签名文件，扫描服务不中断。" style="rounded=1;whiteSpace=wrap;html=1;fillColor=#FFF8E1;strokeColor=#D4A72C;fontSize=10;arcSize=6;align=left;verticalAlign=top;spacing=6;" vertex="1" parent="1">
          <mxGeometry x="60" y="470" width="700" height="35" as="geometry" />
        </mxCell>
      </root>
    </mxGraphModel>
  </diagram>
</mxfile>
